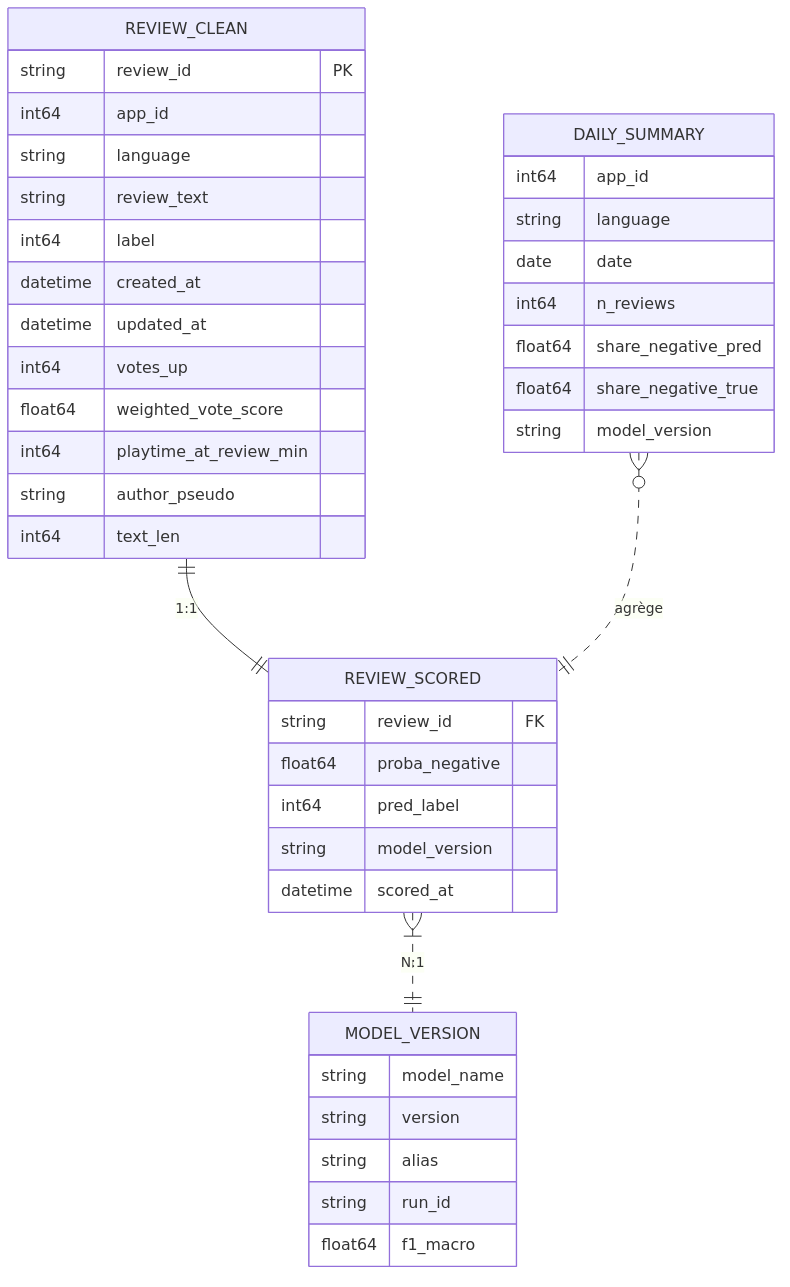
The Mermaid diagram docs/diagrams/png/08_modele_de_donnees.png in KinSushi/reviewpulse-pipeline, before a commit. Its source is kept beside it as docs/diagrams/src/08_modele_de_donnees.mmd. The source it was exported from:
```mermaid
erDiagram
    REVIEW_CLEAN {
        string review_id PK
        int64 app_id
        string language
        string review_text
        int64 label
        datetime created_at
        datetime updated_at
        int64 votes_up
        float64 weighted_vote_score
        int64 playtime_at_review_min
        string author_pseudo
        int64 text_len
    }
    REVIEW_SCORED {
        string review_id FK
        float64 proba_negative
        int64 pred_label
        string model_version
        datetime scored_at
    }
    DAILY_SUMMARY {
        int64 app_id
        string language
        date date
        int64 n_reviews
        float64 share_negative_pred
        float64 share_negative_true
        string model_version
    }
    MODEL_VERSION {
        string model_name
        string version
        string alias
        string run_id
        float64 f1_macro
    }
    REVIEW_CLEAN ||--|| REVIEW_SCORED : "1:1"
    REVIEW_SCORED }|..|| MODEL_VERSION : "N:1"
    DAILY_SUMMARY }o..|| REVIEW_SCORED : "agrège"
```
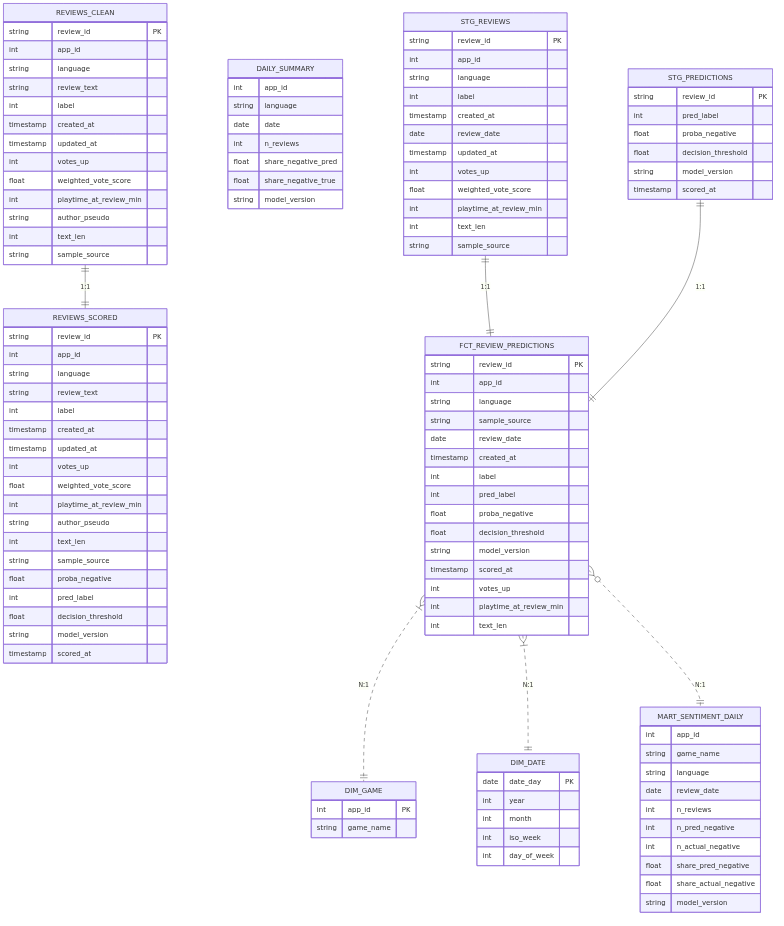
After the commit.

The edit, as a diff of the source:
```diff
@@ -1,41 +1,113 @@
 erDiagram
-    REVIEW_CLEAN {
+    REVIEWS_CLEAN {
         string review_id PK
-        int64 app_id
+        int app_id
         string language
         string review_text
-        int64 label
-        datetime created_at
-        datetime updated_at
-        int64 votes_up
-        float64 weighted_vote_score
-        int64 playtime_at_review_min
+        int label
+        timestamp created_at
+        timestamp updated_at
+        int votes_up
+        float weighted_vote_score
+        int playtime_at_review_min
         string author_pseudo
-        int64 text_len
+        int text_len
+        string sample_source
     }
-    REVIEW_SCORED {
-        string review_id FK
-        float64 proba_negative
-        int64 pred_label
+    REVIEWS_SCORED {
+        string review_id PK
+        int app_id
+        string language
+        string review_text
+        int label
+        timestamp created_at
+        timestamp updated_at
+        int votes_up
+        float weighted_vote_score
+        int playtime_at_review_min
+        string author_pseudo
+        int text_len
+        string sample_source
+        float proba_negative
+        int pred_label
+        float decision_threshold
         string model_version
-        datetime scored_at
+        timestamp scored_at
     }
     DAILY_SUMMARY {
-        int64 app_id
+        int app_id
         string language
         date date
-        int64 n_reviews
-        float64 share_negative_pred
-        float64 share_negative_true
+        int n_reviews
+        float share_negative_pred
+        float share_negative_true
         string model_version
     }
-    MODEL_VERSION {
-        string model_name
-        string version
-        string alias
-        string run_id
-        float64 f1_macro
+    STG_REVIEWS {
+        string review_id PK
+        int app_id
+        string language
+        int label
+        timestamp created_at
+        date review_date
+        timestamp updated_at
+        int votes_up
+        float weighted_vote_score
+        int playtime_at_review_min
+        int text_len
+        string sample_source
     }
-    REVIEW_CLEAN ||--|| REVIEW_SCORED : "1:1"
-    REVIEW_SCORED }|..|| MODEL_VERSION : "N:1"
-    DAILY_SUMMARY }o..|| REVIEW_SCORED : "agrège"
+    STG_PREDICTIONS {
+        string review_id PK
+        int pred_label
+        float proba_negative
+        float decision_threshold
+        string model_version
+        timestamp scored_at
+    }
+    DIM_DATE {
+        date date_day PK
+        int year
+        int month
+        int iso_week
+        int day_of_week
+    }
+    DIM_GAME {
+        int app_id PK
+        string game_name
+    }
+    FCT_REVIEW_PREDICTIONS {
+        string review_id PK
+        int app_id
+        string language
+        string sample_source
+        date review_date
+        timestamp created_at
+        int label
+        int pred_label
+        float proba_negative
+        float decision_threshold
+        string model_version
+        timestamp scored_at
+        int votes_up
+        int playtime_at_review_min
+        int text_len
+    }
+    MART_SENTIMENT_DAILY {
+        int app_id
+        string game_name
+        string language
+        date review_date
+        int n_reviews
+        int n_pred_negative
+        int n_actual_negative
+        float share_pred_negative
+        float share_actual_negative
+        string model_version
+    }
+    REVIEWS_CLEAN ||--|| REVIEWS_SCORED : "1:1"
+    STG_REVIEWS ||--|| FCT_REVIEW_PREDICTIONS : "1:1"
+    STG_PREDICTIONS ||--|| FCT_REVIEW_PREDICTIONS : "1:1"
+    FCT_REVIEW_PREDICTIONS }|..|| DIM_GAME : "N:1"
+    FCT_REVIEW_PREDICTIONS }|..|| DIM_DATE : "N:1"
+    FCT_REVIEW_PREDICTIONS }o..|| MART_SENTIMENT_DAILY : "N:1"
```
